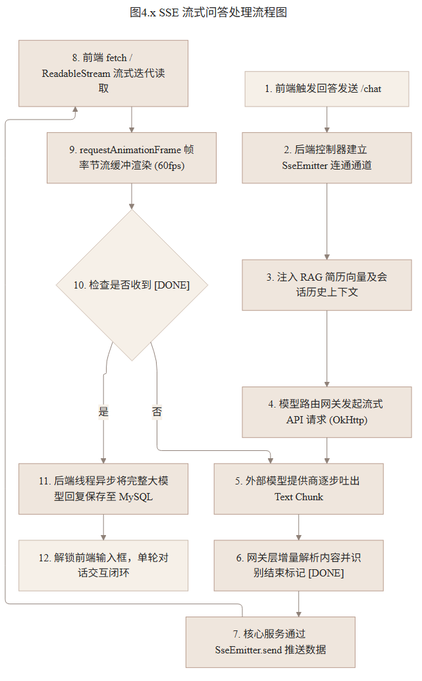
zyyyyynnn/Prelude keeps this Mermaid diagram as thesis-assets/evidence/diagrams/fig-4.x-sse-streaming-flow.png. Above is the earlier version. Its source is kept beside it as thesis-assets/evidence/diagrams/fig-4.x-sse-streaming-flow.mmd. The source it was exported from:
```mermaid
---
title: 图4.x SSE 流式问答处理流程图
config:
  theme: base
  layout: elk
  themeVariables:
    background: "#FAF8F2"
    primaryColor: "#EFE6DD"
    primaryBorderColor: "#B79A8B"
    primaryTextColor: "#252525"
    lineColor: "#8F8178"
    secondaryColor: "#F6F0E8"
    tertiaryColor: "#FBFAF6"
    fontFamily: "Microsoft YaHei, SimHei, Arial, sans-serif"
    fontSize: "16px"
---
flowchart TD
  start["1. 前端触发回答发送 /chat"] --> sse_connect["2. 后端控制器建立 SseEmitter 连通通道"]
  sse_connect --> context_rag["3. 注入 RAG 简历向量及会话历史上下文"]
  context_rag --> router_call["4. 模型路由网关发起流式 API 请求 (OkHttp)"]
  router_call --> provider_stream["5. 外部模型提供商逐步吐出 Text Chunk"]
  provider_stream --> router_recv["6. 网关层增量解析内容并识别结束标记 [DONE]"]
  router_recv --> sse_push["7. 核心服务通过 SseEmitter.send 推送数据"]
  sse_push --> fe_stream["8. 前端 fetch / ReadableStream 流式迭代读取"]
  fe_stream --> raf_throttle["9. requestAnimationFrame 帧率节流缓冲渲染 (60fps)"]
  raf_throttle --> check_done{"10. 检查是否收到 [DONE]"}
  check_done -- 否 --> provider_stream
  check_done -- 是 --> db_save["11. 后端线程异步将完整大模型回复保存至 MySQL"]
  db_save --> finish["12. 解锁前端输入框，单轮对话交互闭环"]

  classDef main fill:#EFE6DD,stroke:#B79A8B,color:#252525
  classDef node fill:#F6F0E8,stroke:#C8B7AA,color:#252525
  class start,finish,check_done node
  class sse_connect,context_rag,router_call,provider_stream,router_recv,sse_push,fe_stream,raf_throttle,db_save main
```
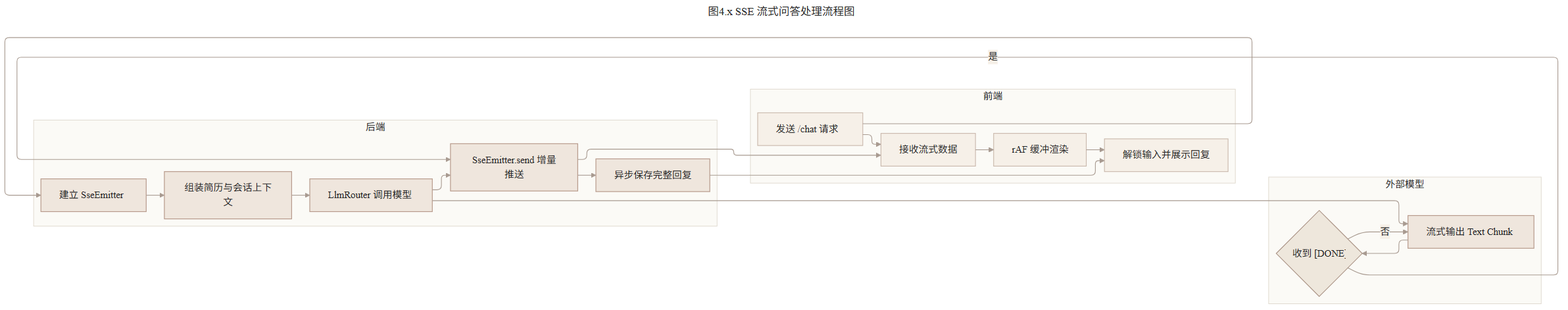
Later version of the same file.

Diff of the diagram source:
```diff
@@ -3,32 +3,60 @@
 config:
   theme: base
   layout: elk
+  flowchart:
+    curve: basis
+    nodeSpacing: 42
+    rankSpacing: 56
+    wrappingWidth: 150
   themeVariables:
     background: "#FAF8F2"
     primaryColor: "#EFE6DD"
     primaryBorderColor: "#B79A8B"
     primaryTextColor: "#252525"
-    lineColor: "#8F8178"
+    lineColor: "#A89A90"
     secondaryColor: "#F6F0E8"
     tertiaryColor: "#FBFAF6"
     fontFamily: "Microsoft YaHei, SimHei, Arial, sans-serif"
     fontSize: "16px"
 ---
-flowchart TD
-  start["1. 前端触发回答发送 /chat"] --> sse_connect["2. 后端控制器建立 SseEmitter 连通通道"]
-  sse_connect --> context_rag["3. 注入 RAG 简历向量及会话历史上下文"]
-  context_rag --> router_call["4. 模型路由网关发起流式 API 请求 (OkHttp)"]
-  router_call --> provider_stream["5. 外部模型提供商逐步吐出 Text Chunk"]
-  provider_stream --> router_recv["6. 网关层增量解析内容并识别结束标记 [DONE]"]
-  router_recv --> sse_push["7. 核心服务通过 SseEmitter.send 推送数据"]
-  sse_push --> fe_stream["8. 前端 fetch / ReadableStream 流式迭代读取"]
-  fe_stream --> raf_throttle["9. requestAnimationFrame 帧率节流缓冲渲染 (60fps)"]
-  raf_throttle --> check_done{"10. 检查是否收到 [DONE]"}
-  check_done -- 否 --> provider_stream
-  check_done -- 是 --> db_save["11. 后端线程异步将完整大模型回复保存至 MySQL"]
-  db_save --> finish["12. 解锁前端输入框，单轮对话交互闭环"]
+flowchart LR
+  subgraph frontend["前端"]
+    start["发送 /chat 请求"]
+    fe_stream["接收流式数据"]
+    raf["rAF 缓冲渲染"]
+    finish["解锁输入并展示回复"]
+    start --> fe_stream --> raf --> finish
+  end
 
-  classDef main fill:#EFE6DD,stroke:#B79A8B,color:#252525
-  classDef node fill:#F6F0E8,stroke:#C8B7AA,color:#252525
-  class start,finish,check_done node
-  class sse_connect,context_rag,router_call,provider_stream,router_recv,sse_push,fe_stream,raf_throttle,db_save main
+  subgraph backend["后端"]
+    emitter["建立 SseEmitter"]
+    context["组装简历与会话上下文"]
+    router["LlmRouter 调用模型"]
+    push["SseEmitter.send 增量推送"]
+    save["异步保存完整回复"]
+    emitter --> context --> router --> push --> save
+  end
+
+  subgraph provider["外部模型"]
+    stream["流式输出 Text Chunk"]
+    done{"收到 [DONE]"}
+    stream --> done
+  end
+
+  start --> emitter
+  router --> stream
+  done -- 否 --> stream
+  done -- 是 --> push
+  push --> fe_stream
+  save --> finish
+
+  classDef lane fill:#FBFAF6,stroke:#DED8CD,color:#252525
+  classDef main fill:#EFE6DD,stroke:#B79A8B,stroke-width:1.3px,color:#252525
+  classDef node fill:#F6F0E8,stroke:#C8B7AA,stroke-width:1.2px,color:#252525
+  classDef decision fill:#EEE7DC,stroke:#A89183,color:#252525
+
+  class frontend,backend,provider lane
+  class emitter,context,router,push,save,stream main
+  class start,fe_stream,raf,finish node
+  class done decision
+  linkStyle default stroke:#A89A90,stroke-width:1.2px
```
